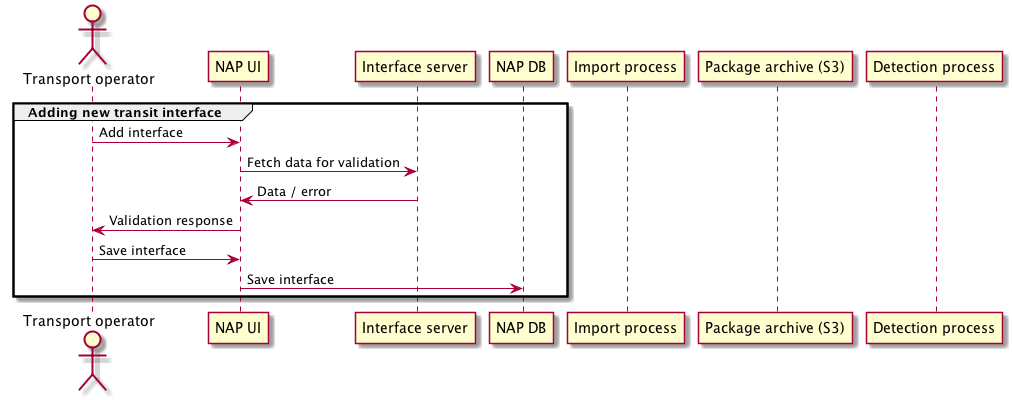
Above: docs/transit-changes/new-interface.png in tmfg/mmtis-national-access-point (PlantUML), before the change. Source of this version:
```plantuml
@startuml

actor "Transport operator" as OPER
participant "NAP UI" as UI
participant "Interface server" as IFACE
participant "NAP DB" as DB
participant "Import process" as IMP
participant "Package archive (S3)" as S3
participant "Detection process" as DEP

group Adding new transit interface
OPER->UI: Add interface
        UI->IFACE: Fetch data for validation
        IFACE->UI: Data / error
                UI->OPER: Validation response

                OPER->UI: Save interface
UI->DB: Save interface
end

@enduml
```
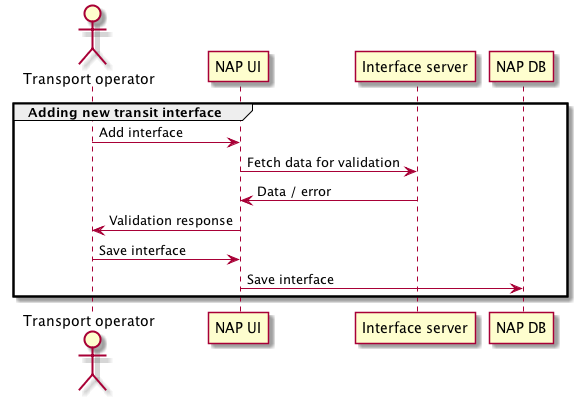
After the change.

The edit, as a diff of the source:
```diff
@@ -4,9 +4,7 @@
 participant "NAP UI" as UI
 participant "Interface server" as IFACE
 participant "NAP DB" as DB
-participant "Import process" as IMP
-participant "Package archive (S3)" as S3
-participant "Detection process" as DEP
+
 
 group Adding new transit interface
 OPER->UI: Add interface
```
